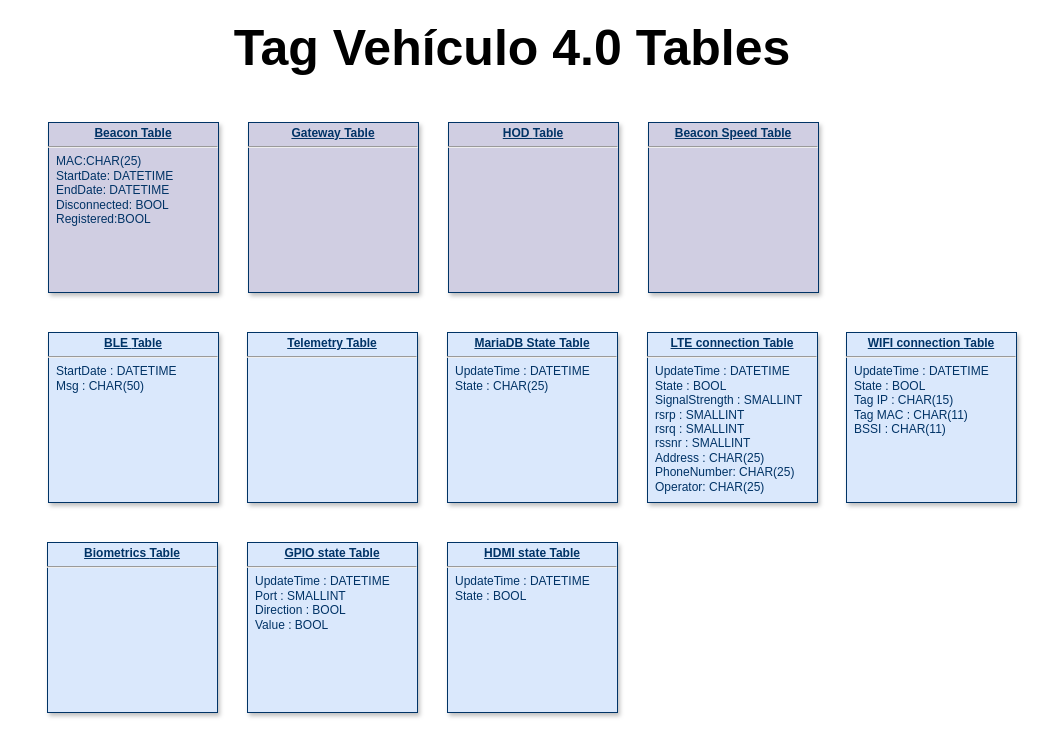
Above: Bases de datos de Tag Vehiculo 4_0.drawio in CesarRodriguez14/Tag_Vehiculo_4_0_Diagramas (draw.io), before the change. Source tidied: cells renumbered, new cells numbered last; positions are measured from the earlier drawing's top-left corner, leaving out a move shared by most shapes. Both pictures are drawn from the tidied source at 100%, with x=0, y=0 at pixel (17, 22).
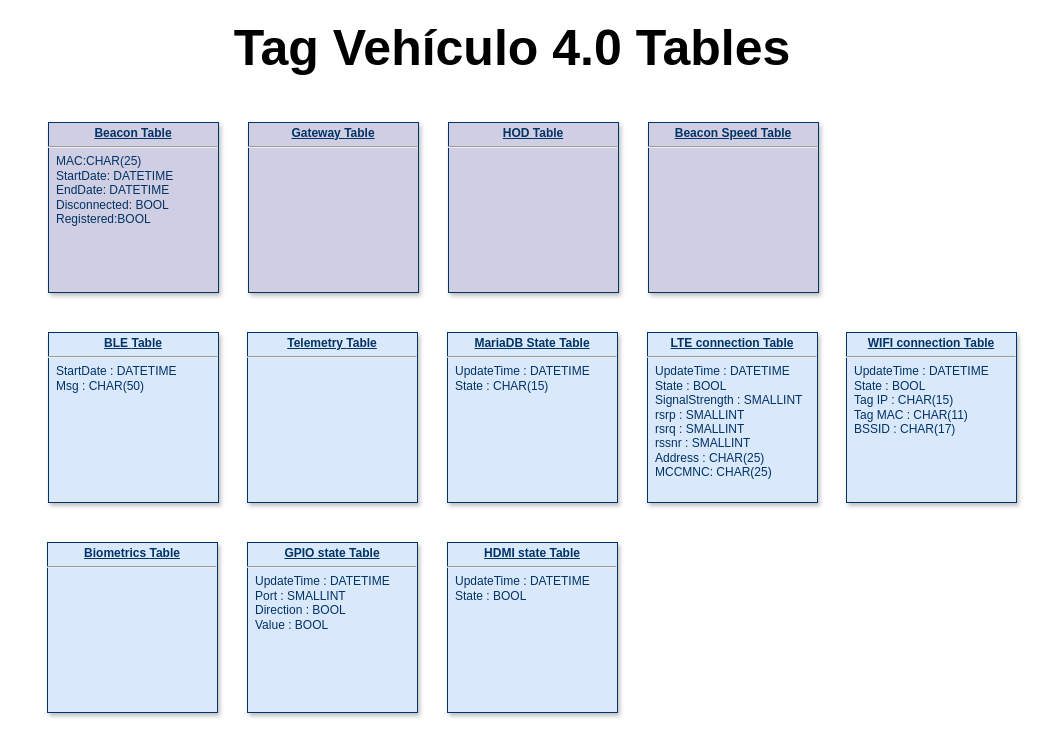
The same page after the edit.

Commit message:
Actualizar WIFI & LTE Tables

Change to the diagram source:
```diff
@@
 <mxGraphModel>
   <root>
     <mxCell id="0" />
     <mxCell id="1" parent="0" />
     <mxCell id="2" value="&lt;p style=&quot;margin: 0px; margin-top: 4px; text-align: center; text-decoration: underline;&quot;&gt;&lt;b&gt;BLE&amp;nbsp;&lt;/b&gt;&lt;b style=&quot;background-color: initial;&quot;&gt;Table&lt;/b&gt;&lt;/p&gt;&lt;hr&gt;&lt;p style=&quot;margin: 0px; margin-left: 8px;&quot;&gt;StartDate : DATETIME&lt;/p&gt;&lt;p style=&quot;margin: 0px; margin-left: 8px;&quot;&gt;Msg : CHAR(50)&lt;/p&gt;" style="verticalAlign=top;align=left;overflow=fill;fontSize=12;fontFamily=Helvetica;html=1;strokeColor=#003366;shadow=1;fillColor=#DAE8FC;fontColor=#003366;" parent="1" vertex="1">
       <mxGeometry x="31" y="310" width="170" height="170" as="geometry" />
     </mxCell>
     <mxCell id="3" value="&lt;p style=&quot;margin: 0px; margin-top: 4px; text-align: center; text-decoration: underline;&quot;&gt;&lt;b&gt;Beacon Table&lt;/b&gt;&lt;/p&gt;&lt;hr&gt;&lt;p style=&quot;margin: 0px; margin-left: 8px;&quot;&gt;MAC:CHAR(25)&lt;/p&gt;&lt;p style=&quot;margin: 0px; margin-left: 8px;&quot;&gt;StartDate: DATETIME&lt;/p&gt;&lt;p style=&quot;margin: 0px; margin-left: 8px;&quot;&gt;EndDate: DATETIME&lt;/p&gt;&lt;p style=&quot;margin: 0px; margin-left: 8px;&quot;&gt;Disconnected: BOOL&lt;/p&gt;&lt;p style=&quot;margin: 0px; margin-left: 8px;&quot;&gt;Registered:BOOL&lt;/p&gt;" style="verticalAlign=top;align=left;overflow=fill;fontSize=12;fontFamily=Helvetica;html=1;strokeColor=#003366;shadow=1;fillColor=#D0CEE2;fontColor=#003366;" parent="1" vertex="1">
       <mxGeometry x="31" y="100" width="170" height="170" as="geometry" />
     </mxCell>
     <mxCell id="4" value="&lt;p style=&quot;margin: 0px; margin-top: 4px; text-align: center; text-decoration: underline;&quot;&gt;&lt;b&gt;Gateway&amp;nbsp;&lt;/b&gt;&lt;b style=&quot;background-color: initial;&quot;&gt;Table&lt;/b&gt;&lt;/p&gt;&lt;hr&gt;&lt;p style=&quot;margin: 0px; margin-left: 8px;&quot;&gt;&lt;br&gt;&lt;/p&gt;" style="verticalAlign=top;align=left;overflow=fill;fontSize=12;fontFamily=Helvetica;html=1;strokeColor=#003366;shadow=1;fillColor=#D0CEE2;fontColor=#003366;" parent="1" vertex="1">
       <mxGeometry x="231" y="100" width="170" height="170" as="geometry" />
     </mxCell>
     <mxCell id="5" value="&lt;p style=&quot;margin: 0px; margin-top: 4px; text-align: center; text-decoration: underline;&quot;&gt;&lt;b&gt;HOD&amp;nbsp;&lt;/b&gt;&lt;b style=&quot;background-color: initial;&quot;&gt;Table&lt;/b&gt;&lt;/p&gt;&lt;hr&gt;&lt;p style=&quot;margin: 0px; margin-left: 8px;&quot;&gt;&lt;br&gt;&lt;/p&gt;" style="verticalAlign=top;align=left;overflow=fill;fontSize=12;fontFamily=Helvetica;html=1;strokeColor=#003366;shadow=1;fillColor=#D0CEE2;fontColor=#003366;" parent="1" vertex="1">
       <mxGeometry x="431" y="100" width="170" height="170" as="geometry" />
     </mxCell>
     <mxCell id="6" value="&lt;p style=&quot;margin: 0px; margin-top: 4px; text-align: center; text-decoration: underline;&quot;&gt;&lt;b&gt;Beacon Speed&amp;nbsp;&lt;/b&gt;&lt;b style=&quot;background-color: initial;&quot;&gt;Table&lt;/b&gt;&lt;/p&gt;&lt;hr&gt;&lt;p style=&quot;margin: 0px; margin-left: 8px;&quot;&gt;&lt;br&gt;&lt;/p&gt;" style="verticalAlign=top;align=left;overflow=fill;fontSize=12;fontFamily=Helvetica;html=1;strokeColor=#003366;shadow=1;fillColor=#D0CEE2;fontColor=#003366;" parent="1" vertex="1">
       <mxGeometry x="631" y="100" width="170" height="170" as="geometry" />
     </mxCell>
     <mxCell id="7" value="&lt;p style=&quot;margin: 0px; margin-top: 4px; text-align: center; text-decoration: underline;&quot;&gt;&lt;b&gt;GPIO state&amp;nbsp;&lt;/b&gt;&lt;b style=&quot;background-color: initial;&quot;&gt;Table&lt;/b&gt;&lt;/p&gt;&lt;hr&gt;&lt;p style=&quot;margin: 0px; margin-left: 8px;&quot;&gt;UpdateTime : DATETIME&lt;br&gt;&lt;/p&gt;&lt;p style=&quot;margin: 0px; margin-left: 8px;&quot;&gt;Port : SMALLINT&lt;/p&gt;&lt;p style=&quot;margin: 0px; margin-left: 8px;&quot;&gt;Direction : BOOL&lt;/p&gt;&lt;p style=&quot;margin: 0px; margin-left: 8px;&quot;&gt;Value : BOOL&lt;/p&gt;" style="verticalAlign=top;align=left;overflow=fill;fontSize=12;fontFamily=Helvetica;html=1;strokeColor=#003366;shadow=1;fillColor=#DAE8FC;fontColor=#003366;" parent="1" vertex="1">
       <mxGeometry x="230" y="520" width="170" height="170" as="geometry" />
     </mxCell>
     <mxCell id="8" value="&lt;p style=&quot;margin: 0px; margin-top: 4px; text-align: center; text-decoration: underline;&quot;&gt;&lt;b&gt;HDMI state&amp;nbsp;&lt;/b&gt;&lt;b style=&quot;background-color: initial;&quot;&gt;Table&lt;/b&gt;&lt;/p&gt;&lt;hr&gt;&lt;p style=&quot;margin: 0px 0px 0px 8px;&quot;&gt;UpdateTime : DATETIME&lt;/p&gt;&lt;p style=&quot;margin: 0px 0px 0px 8px;&quot;&gt;State : BOOL&lt;/p&gt;&lt;p style=&quot;margin: 0px 0px 0px 8px;&quot;&gt;&lt;br&gt;&lt;/p&gt;" style="verticalAlign=top;align=left;overflow=fill;fontSize=12;fontFamily=Helvetica;html=1;strokeColor=#003366;shadow=1;fillColor=#DAE8FC;fontColor=#003366;" parent="1" vertex="1">
       <mxGeometry x="430" y="520" width="170" height="170" as="geometry" />
     </mxCell>
     <mxCell id="9" value="&lt;p style=&quot;margin: 0px; margin-top: 4px; text-align: center; text-decoration: underline;&quot;&gt;&lt;b&gt;Telemetry&amp;nbsp;&lt;/b&gt;&lt;b style=&quot;background-color: initial;&quot;&gt;Table&lt;/b&gt;&lt;/p&gt;&lt;hr&gt;&lt;p style=&quot;margin: 0px; margin-left: 8px;&quot;&gt;&lt;br&gt;&lt;/p&gt;" style="verticalAlign=top;align=left;overflow=fill;fontSize=12;fontFamily=Helvetica;html=1;strokeColor=#003366;shadow=1;fillColor=#DAE8FC;fontColor=#003366;" parent="1" vertex="1">
       <mxGeometry x="230" y="310" width="170" height="170" as="geometry" />
     </mxCell>
-    <mxCell id="10" value="&lt;p style=&quot;margin: 0px; margin-top: 4px; text-align: center; text-decoration: underline;&quot;&gt;&lt;b&gt;LTE connection&amp;nbsp;&lt;/b&gt;&lt;b style=&quot;background-color: initial;&quot;&gt;Table&lt;/b&gt;&lt;/p&gt;&lt;hr&gt;&lt;p style=&quot;margin: 0px; margin-left: 8px;&quot;&gt;UpdateTime : DATETIME&lt;br&gt;&lt;/p&gt;&lt;p style=&quot;margin: 0px; margin-left: 8px;&quot;&gt;State : BOOL&lt;/p&gt;&lt;p style=&quot;margin: 0px; margin-left: 8px;&quot;&gt;SignalStrength : SMALLINT&lt;/p&gt;&lt;p style=&quot;margin: 0px; margin-left: 8px;&quot;&gt;rsrp : SMALLINT&lt;/p&gt;&lt;p style=&quot;margin: 0px; margin-left: 8px;&quot;&gt;rsrq : SMALLINT&lt;/p&gt;&lt;p style=&quot;margin: 0px; margin-left: 8px;&quot;&gt;rssnr : SMALLINT&lt;/p&gt;&lt;p style=&quot;margin: 0px; margin-left: 8px;&quot;&gt;Address : CHAR(25)&amp;nbsp;&lt;/p&gt;&lt;p style=&quot;margin: 0px; margin-left: 8px;&quot;&gt;PhoneNumber: CHAR(25)&lt;/p&gt;&lt;p style=&quot;margin: 0px; margin-left: 8px;&quot;&gt;Operator: CHAR(25)&lt;/p&gt;" style="verticalAlign=top;align=left;overflow=fill;fontSize=12;fontFamily=Helvetica;html=1;strokeColor=#003366;shadow=1;fillColor=#DAE8FC;fontColor=#003366;" parent="1" vertex="1">
+    <mxCell id="10" value="&lt;p style=&quot;margin: 0px; margin-top: 4px; text-align: center; text-decoration: underline;&quot;&gt;&lt;b&gt;LTE connection&amp;nbsp;&lt;/b&gt;&lt;b style=&quot;background-color: initial;&quot;&gt;Table&lt;/b&gt;&lt;/p&gt;&lt;hr&gt;&lt;p style=&quot;margin: 0px; margin-left: 8px;&quot;&gt;UpdateTime : DATETIME&lt;br&gt;&lt;/p&gt;&lt;p style=&quot;margin: 0px; margin-left: 8px;&quot;&gt;State : BOOL&lt;/p&gt;&lt;p style=&quot;margin: 0px; margin-left: 8px;&quot;&gt;SignalStrength : SMALLINT&lt;/p&gt;&lt;p style=&quot;margin: 0px; margin-left: 8px;&quot;&gt;rsrp : SMALLINT&lt;/p&gt;&lt;p style=&quot;margin: 0px; margin-left: 8px;&quot;&gt;rsrq : SMALLINT&lt;/p&gt;&lt;p style=&quot;margin: 0px; margin-left: 8px;&quot;&gt;rssnr : SMALLINT&lt;/p&gt;&lt;p style=&quot;margin: 0px; margin-left: 8px;&quot;&gt;Address : CHAR(25)&amp;nbsp;&lt;/p&gt;&lt;p style=&quot;margin: 0px; margin-left: 8px;&quot;&gt;MCCMNC: CHAR(25)&lt;/p&gt;" style="verticalAlign=top;align=left;overflow=fill;fontSize=12;fontFamily=Helvetica;html=1;strokeColor=#003366;shadow=1;fillColor=#DAE8FC;fontColor=#003366;" parent="1" vertex="1">
       <mxGeometry x="630" y="310" width="170" height="170" as="geometry" />
     </mxCell>
     <mxCell id="11" value="&lt;p style=&quot;margin: 0px; margin-top: 4px; text-align: center; text-decoration: underline;&quot;&gt;&lt;b&gt;Biometrics&amp;nbsp;&lt;/b&gt;&lt;b style=&quot;background-color: initial;&quot;&gt;Table&lt;/b&gt;&lt;/p&gt;&lt;hr&gt;&lt;p style=&quot;margin: 0px; margin-left: 8px;&quot;&gt;&lt;br&gt;&lt;/p&gt;" style="verticalAlign=top;align=left;overflow=fill;fontSize=12;fontFamily=Helvetica;html=1;strokeColor=#003366;shadow=1;fillColor=#DAE8FC;fontColor=#003366;" parent="1" vertex="1">
       <mxGeometry x="30" y="520" width="170" height="170" as="geometry" />
     </mxCell>
-    <mxCell id="12" value="&lt;p style=&quot;margin: 0px; margin-top: 4px; text-align: center; text-decoration: underline;&quot;&gt;&lt;b&gt;MariaDB State&amp;nbsp;&lt;/b&gt;&lt;b style=&quot;background-color: initial;&quot;&gt;Table&lt;/b&gt;&lt;/p&gt;&lt;hr&gt;&lt;p style=&quot;margin: 0px 0px 0px 8px;&quot;&gt;UpdateTime : DATETIME&lt;/p&gt;&lt;p style=&quot;margin: 0px 0px 0px 8px;&quot;&gt;State : CHAR(25)&lt;/p&gt;&lt;p style=&quot;margin: 0px 0px 0px 8px;&quot;&gt;&lt;br&gt;&lt;/p&gt;" style="verticalAlign=top;align=left;overflow=fill;fontSize=12;fontFamily=Helvetica;html=1;strokeColor=#003366;shadow=1;fillColor=#DAE8FC;fontColor=#003366;" parent="1" vertex="1">
+    <mxCell id="12" value="&lt;p style=&quot;margin: 0px; margin-top: 4px; text-align: center; text-decoration: underline;&quot;&gt;&lt;b&gt;MariaDB State&amp;nbsp;&lt;/b&gt;&lt;b style=&quot;background-color: initial;&quot;&gt;Table&lt;/b&gt;&lt;/p&gt;&lt;hr&gt;&lt;p style=&quot;margin: 0px 0px 0px 8px;&quot;&gt;UpdateTime : DATETIME&lt;/p&gt;&lt;p style=&quot;margin: 0px 0px 0px 8px;&quot;&gt;State : CHAR(15)&lt;/p&gt;&lt;p style=&quot;margin: 0px 0px 0px 8px;&quot;&gt;&lt;br&gt;&lt;/p&gt;" style="verticalAlign=top;align=left;overflow=fill;fontSize=12;fontFamily=Helvetica;html=1;strokeColor=#003366;shadow=1;fillColor=#DAE8FC;fontColor=#003366;" parent="1" vertex="1">
       <mxGeometry x="430" y="310" width="170" height="170" as="geometry" />
     </mxCell>
-    <mxCell id="13" value="&lt;p style=&quot;margin: 0px; margin-top: 4px; text-align: center; text-decoration: underline;&quot;&gt;&lt;b&gt;WIFI connection&amp;nbsp;&lt;/b&gt;&lt;b style=&quot;background-color: initial;&quot;&gt;Table&lt;/b&gt;&lt;/p&gt;&lt;hr&gt;&lt;p style=&quot;margin: 0px; margin-left: 8px;&quot;&gt;UpdateTime : DATETIME&lt;/p&gt;&lt;p style=&quot;margin: 0px; margin-left: 8px;&quot;&gt;State : BOOL&lt;/p&gt;&lt;p style=&quot;margin: 0px; margin-left: 8px;&quot;&gt;Tag IP :&amp;nbsp;&lt;span style=&quot;background-color: initial;&quot;&gt;CHAR(15)&lt;/span&gt;&lt;/p&gt;&lt;p style=&quot;margin: 0px; margin-left: 8px;&quot;&gt;Tag MAC : CHAR(11)&lt;/p&gt;&lt;p style=&quot;margin: 0px; margin-left: 8px;&quot;&gt;BSSI : CHAR(11)&lt;/p&gt;&lt;p style=&quot;margin: 0px; margin-left: 8px;&quot;&gt;&lt;br&gt;&lt;/p&gt;" style="verticalAlign=top;align=left;overflow=fill;fontSize=12;fontFamily=Helvetica;html=1;strokeColor=#003366;shadow=1;fillColor=#DAE8FC;fontColor=#003366;" parent="1" vertex="1">
+    <mxCell id="13" value="&lt;p style=&quot;margin: 0px; margin-top: 4px; text-align: center; text-decoration: underline;&quot;&gt;&lt;b&gt;WIFI connection&amp;nbsp;&lt;/b&gt;&lt;b style=&quot;background-color: initial;&quot;&gt;Table&lt;/b&gt;&lt;/p&gt;&lt;hr&gt;&lt;p style=&quot;margin: 0px; margin-left: 8px;&quot;&gt;UpdateTime : DATETIME&lt;/p&gt;&lt;p style=&quot;margin: 0px; margin-left: 8px;&quot;&gt;State : BOOL&lt;/p&gt;&lt;p style=&quot;margin: 0px; margin-left: 8px;&quot;&gt;Tag IP :&amp;nbsp;&lt;span style=&quot;background-color: initial;&quot;&gt;CHAR(15)&lt;/span&gt;&lt;/p&gt;&lt;p style=&quot;margin: 0px; margin-left: 8px;&quot;&gt;Tag MAC : CHAR(11)&lt;/p&gt;&lt;p style=&quot;margin: 0px; margin-left: 8px;&quot;&gt;BSSID : CHAR(17)&lt;/p&gt;&lt;p style=&quot;margin: 0px; margin-left: 8px;&quot;&gt;&lt;br&gt;&lt;/p&gt;" style="verticalAlign=top;align=left;overflow=fill;fontSize=12;fontFamily=Helvetica;html=1;strokeColor=#003366;shadow=1;fillColor=#DAE8FC;fontColor=#003366;" parent="1" vertex="1">
       <mxGeometry x="829" y="310" width="170" height="170" as="geometry" />
     </mxCell>
     <mxCell id="14" value="Tag Vehículo 4.0 Tables" style="text;html=1;align=center;verticalAlign=middle;whiteSpace=wrap;rounded=0;fontSize=50;fontStyle=1;" parent="1" vertex="1">
       <mxGeometry width="990" height="50" as="geometry" />
     </mxCell>
   </root>
 </mxGraphModel>
```
